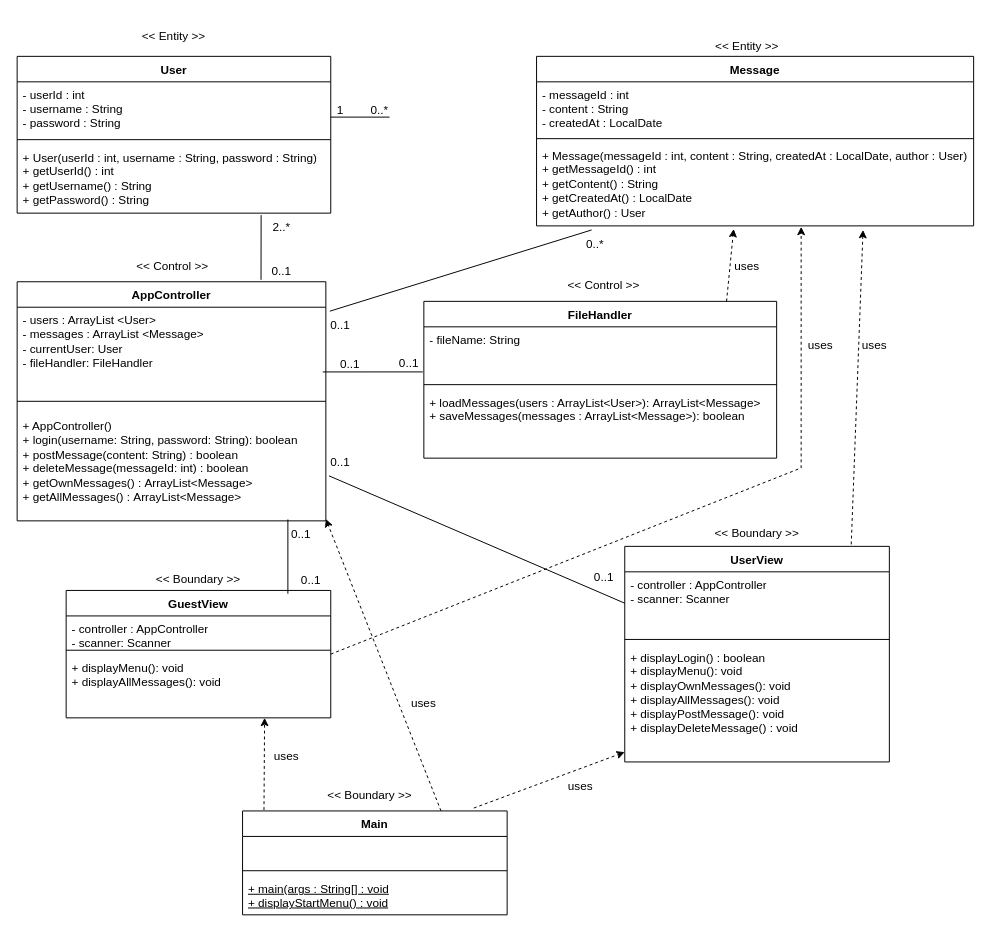
SaraMalmstedt/Chatterbox_Group3 keeps this draw.io diagram as diagrams/class_diagram.drawio. Above is the earlier version. Source tidied: cells renumbered, new cells numbered last; positions are measured from the earlier drawing's top-left corner, leaving out a move shared by most shapes. Both pictures are drawn from the tidied source at 98%, with x=0, y=0 at pixel (17, 17).
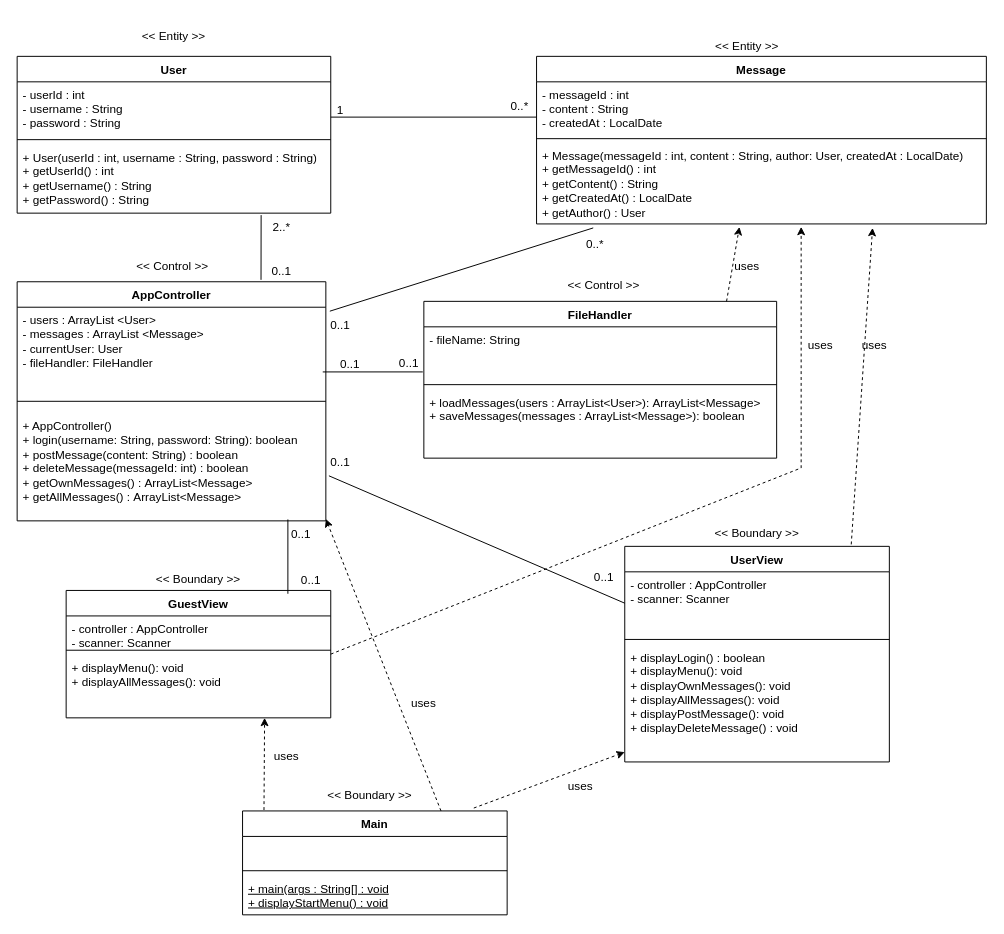
Above is the later version.

Commit message (it also covers changes not shown here):
Update class diagram

Change to the diagram source:
```diff
@@
     <mxCell id="6" value="Message" style="swimlane;fontStyle=1;align=center;verticalAlign=top;horizontal=1;startSize=26;whiteSpace=wrap;html=1;" parent="1" vertex="1">
-      <mxGeometry x="530" y="40" width="446" height="173" as="geometry" />
+      <mxGeometry x="530" y="40" width="459" height="171" as="geometry" />
     </mxCell>
     <mxCell id="7" value="- messageId : int&lt;div&gt;- content : String&lt;/div&gt;&lt;div&gt;- createdAt : LocalDate&lt;/div&gt;" style="text;strokeColor=none;fillColor=none;align=left;verticalAlign=top;spacingLeft=4;spacingRight=4;overflow=hidden;whiteSpace=wrap;html=1;" parent="6" vertex="1">
-      <mxGeometry y="26" width="446" height="54" as="geometry" />
+      <mxGeometry y="26" width="459" height="54" as="geometry" />
     </mxCell>
     <mxCell id="8" style="line;strokeWidth=1;fillColor=none;align=left;verticalAlign=middle;spacingTop=-1;spacingLeft=3;spacingRight=3;labelPosition=right;strokeColor=inherit;" parent="6" vertex="1">
-      <mxGeometry y="80" width="446" height="8" as="geometry" />
+      <mxGeometry y="80" width="459" height="8" as="geometry" />
     </mxCell>
-    <mxCell id="9" value="+ Message(messageId : int, content : String, createdAt : LocalDate, author : User)&lt;div&gt;+ getMessageId() : int&lt;/div&gt;&lt;div&gt;+ getContent() : String&lt;/div&gt;&lt;div&gt;+ getCreatedAt() : LocalDate&lt;/div&gt;&lt;div&gt;+ getAuthor() : User&lt;/div&gt;" style="text;strokeColor=none;fillColor=none;align=left;verticalAlign=top;spacingLeft=4;spacingRight=4;overflow=hidden;points=[[0,0.5],[1,0.5]];portConstraint=eastwest;whiteSpace=wrap;html=1;" parent="6" vertex="1">
-      <mxGeometry y="88" width="446" height="85" as="geometry" />
+    <mxCell id="9" value="+ Message(messageId : int, content : String, author: User, createdAt : LocalDate)&lt;div&gt;+ getMessageId() : int&lt;/div&gt;&lt;div&gt;+ getContent() : String&lt;/div&gt;&lt;div&gt;+ getCreatedAt() : LocalDate&lt;/div&gt;&lt;div&gt;+ getAuthor() : User&lt;/div&gt;" style="text;strokeColor=none;fillColor=none;align=left;verticalAlign=top;spacingLeft=4;spacingRight=4;overflow=hidden;points=[[0,0.5],[1,0.5]];portConstraint=eastwest;whiteSpace=wrap;html=1;" parent="6" vertex="1">
+      <mxGeometry y="88" width="459" height="83" as="geometry" />
     </mxCell>
     <mxCell id="10" style="line;strokeWidth=1;fillColor=none;align=left;verticalAlign=middle;spacingTop=-1;spacingLeft=3;spacingRight=3;labelPosition=right;strokeColor=inherit;" parent="1" vertex="1">
-      <mxGeometry x="320" y="98" width="60" height="8" as="geometry" />
+      <mxGeometry x="320" y="98" width="210" height="8" as="geometry" />
     </mxCell>
@@
     <mxCell id="12" value="0..*" style="text;html=1;whiteSpace=wrap;strokeColor=none;fillColor=none;align=center;verticalAlign=middle;rounded=0;" parent="1" vertex="1">
-      <mxGeometry x="340" y="80" width="60" height="30" as="geometry" />
+      <mxGeometry x="483" y="76" width="60" height="30" as="geometry" />
     </mxCell>
```
